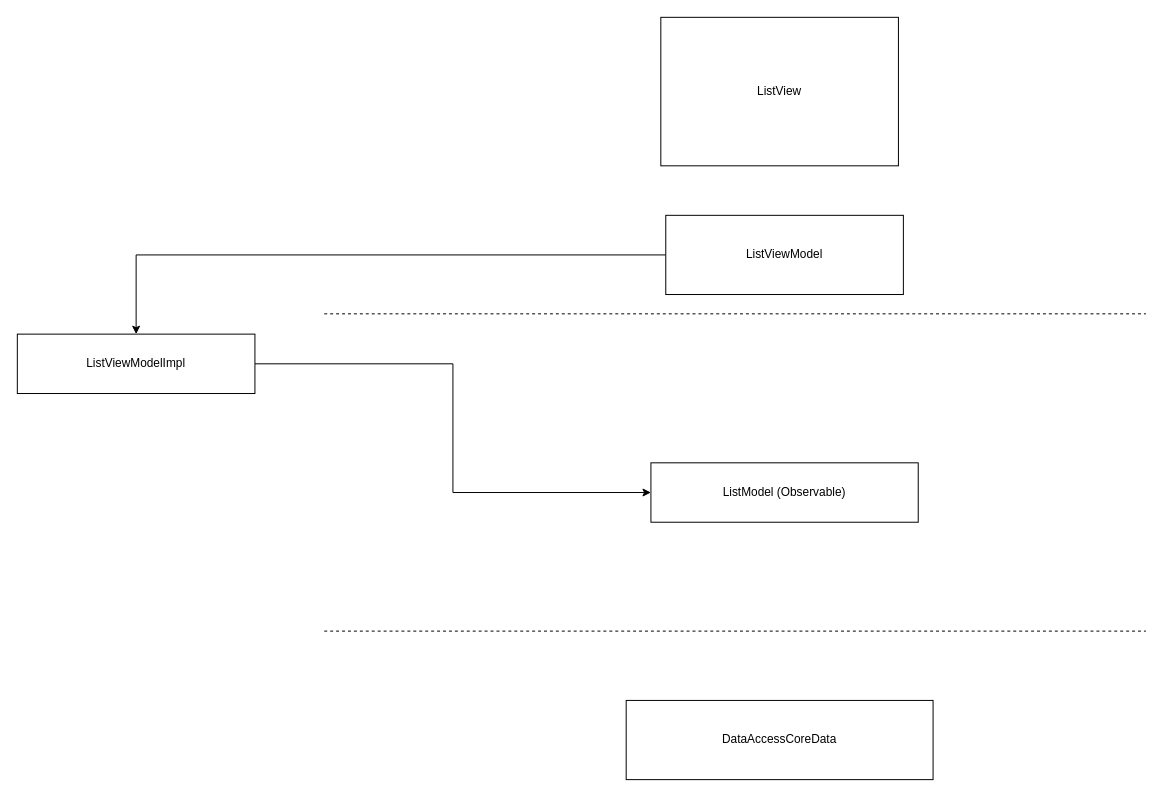
yyasutakee/uml-todoapp keeps this draw.io diagram as todolist-app.drawio. Above is the earlier version. Source tidied: cells renumbered, new cells numbered last; positions are measured from the earlier drawing's top-left corner, leaving out a move shared by most shapes. Both pictures are drawn from the tidied source at 99%, with x=0, y=0 at pixel (17, 17).
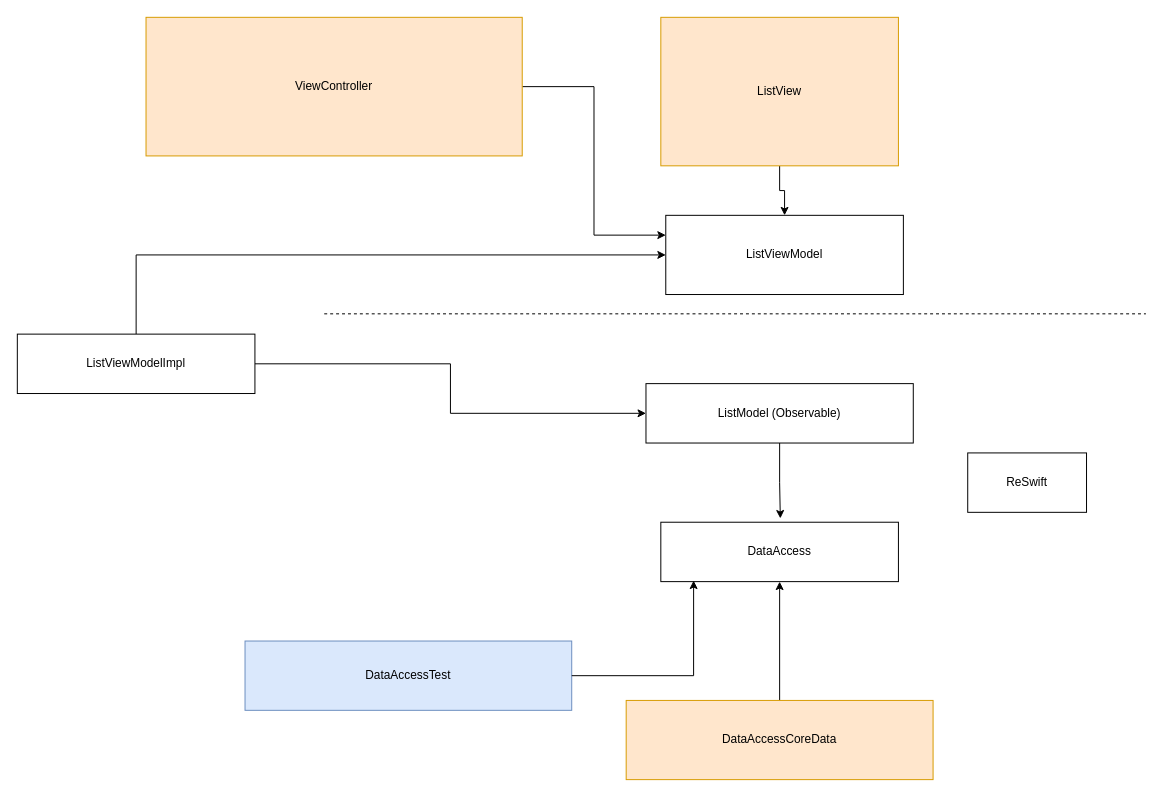
The same diagram, later.

Diff of the diagram source:
```diff
@@
 <mxGraphModel>
   <root>
     <mxCell id="0" />
     <mxCell id="1" parent="0" />
+    <mxCell id="11" style="edgeStyle=orthogonalEdgeStyle;rounded=0;jettySize=auto;html=1;entryX=0.5;entryY=0;entryDx=0;entryDy=0;" parent="1" edge="1" source="2" target="4">
+      <mxGeometry relative="1" as="geometry" />
+    </mxCell>
-    <mxCell id="2" value="ListView" style="rounded=0;whiteSpace=wrap;html=1;" parent="1" vertex="1">
+    <mxCell id="2" value="ListView" style="rounded=0;whiteSpace=wrap;html=1;fillColor=#ffe6cc;strokeColor=#d79b00;" parent="1" vertex="1">
       <mxGeometry x="650" width="240" height="150" as="geometry" />
     </mxCell>
-    <mxCell id="3" style="edgeStyle=orthogonalEdgeStyle;rounded=0;jettySize=auto;html=1;entryX=0.5;entryY=0;entryDx=0;entryDy=0;" parent="1" edge="1" source="4" target="6">
-      <mxGeometry relative="1" as="geometry" />
-    </mxCell>
     <mxCell id="4" value="ListViewModel" style="rounded=0;whiteSpace=wrap;html=1;" parent="1" vertex="1">
       <mxGeometry x="655" y="200" width="240" height="80" as="geometry" />
     </mxCell>
     <mxCell id="5" style="edgeStyle=orthogonalEdgeStyle;rounded=0;jettySize=auto;html=1;entryX=0;entryY=0.5;entryDx=0;entryDy=0;" parent="1" edge="1" source="6" target="7">
       <mxGeometry relative="1" as="geometry" />
     </mxCell>
+    <mxCell id="12" style="edgeStyle=orthogonalEdgeStyle;rounded=0;jettySize=auto;html=1;exitX=0.5;exitY=0;exitDx=0;exitDy=0;entryX=0;entryY=0.5;entryDx=0;entryDy=0;" parent="1" edge="1" source="6" target="4">
+      <mxGeometry relative="1" as="geometry" />
+    </mxCell>
     <mxCell id="6" value="ListViewModelImpl" style="rounded=0;whiteSpace=wrap;html=1;" parent="1" vertex="1">
       <mxGeometry y="320" width="240" height="60" as="geometry" />
     </mxCell>
     <mxCell id="7" value="ListModel (Observable)" style="rounded=0;whiteSpace=wrap;html=1;" parent="1" vertex="1">
-      <mxGeometry x="640" y="450" width="270" height="60" as="geometry" />
+      <mxGeometry x="635" y="370" width="270" height="60" as="geometry" />
     </mxCell>
+    <mxCell id="13" style="edgeStyle=orthogonalEdgeStyle;rounded=0;jettySize=auto;html=1;entryX=0.5;entryY=1;entryDx=0;entryDy=0;" parent="1" edge="1" source="8" target="14">
+      <mxGeometry relative="1" as="geometry" />
+    </mxCell>
-    <mxCell id="8" value="DataAccessCoreData" style="rounded=0;whiteSpace=wrap;html=1;" parent="1" vertex="1">
+    <mxCell id="8" value="DataAccessCoreData" style="rounded=0;whiteSpace=wrap;html=1;fillColor=#ffe6cc;strokeColor=#d79b00;" parent="1" vertex="1">
       <mxGeometry x="615" y="690" width="310" height="80" as="geometry" />
     </mxCell>
-    <mxCell id="9" style="endArrow=none;dashed=1;html=1;rounded=0;" parent="1" edge="1">
-      <mxGeometry relative="1" as="geometry">
-        <mxPoint x="310" y="620" as="sourcePoint" />
-        <mxPoint x="1140" y="620" as="targetPoint" />
-      </mxGeometry>
-    </mxCell>
     <mxCell id="10" style="endArrow=none;dashed=1;html=1;rounded=0;" parent="1" edge="1">
       <mxGeometry relative="1" as="geometry">
         <mxPoint x="310" y="299.5" as="sourcePoint" />
         <mxPoint x="1140" y="299.5" as="targetPoint" />
       </mxGeometry>
     </mxCell>
+    <mxCell id="14" value="DataAccess" style="rounded=0;whiteSpace=wrap;html=1;" parent="1" vertex="1">
+      <mxGeometry x="650" y="510" width="240" height="60" as="geometry" />
+    </mxCell>
+    <mxCell id="15" style="edgeStyle=orthogonalEdgeStyle;rounded=0;jettySize=auto;html=1;entryX=0.503;entryY=-0.064;entryDx=0;entryDy=0;entryPerimeter=0;" parent="1" edge="1" source="7" target="14">
+      <mxGeometry relative="1" as="geometry" />
+    </mxCell>
+    <mxCell id="16" value="DataAccessTest" style="rounded=0;whiteSpace=wrap;html=1;fillColor=#dae8fc;strokeColor=#6c8ebf;" parent="1" vertex="1">
+      <mxGeometry x="230" y="630" width="330" height="70" as="geometry" />
+    </mxCell>
+    <mxCell id="17" style="edgeStyle=orthogonalEdgeStyle;rounded=0;jettySize=auto;html=1;entryX=0.138;entryY=0.983;entryDx=0;entryDy=0;entryPerimeter=0;" parent="1" edge="1" source="16" target="14">
+      <mxGeometry relative="1" as="geometry" />
+    </mxCell>
+    <mxCell id="18" style="edgeStyle=orthogonalEdgeStyle;rounded=0;jettySize=auto;html=1;entryX=0;entryY=0.25;entryDx=0;entryDy=0;" parent="1" edge="1" source="19" target="4">
+      <mxGeometry relative="1" as="geometry" />
+    </mxCell>
+    <mxCell id="19" value="ViewController" style="rounded=0;whiteSpace=wrap;html=1;fillColor=#ffe6cc;strokeColor=#d79b00;" parent="1" vertex="1">
+      <mxGeometry x="130" width="380" height="140" as="geometry" />
+    </mxCell>
+    <mxCell id="20" value="ReSwift" style="rounded=0;whiteSpace=wrap;html=1;" parent="1" vertex="1">
+      <mxGeometry x="960" y="440" width="120" height="60" as="geometry" />
+    </mxCell>
   </root>
 </mxGraphModel>
```
